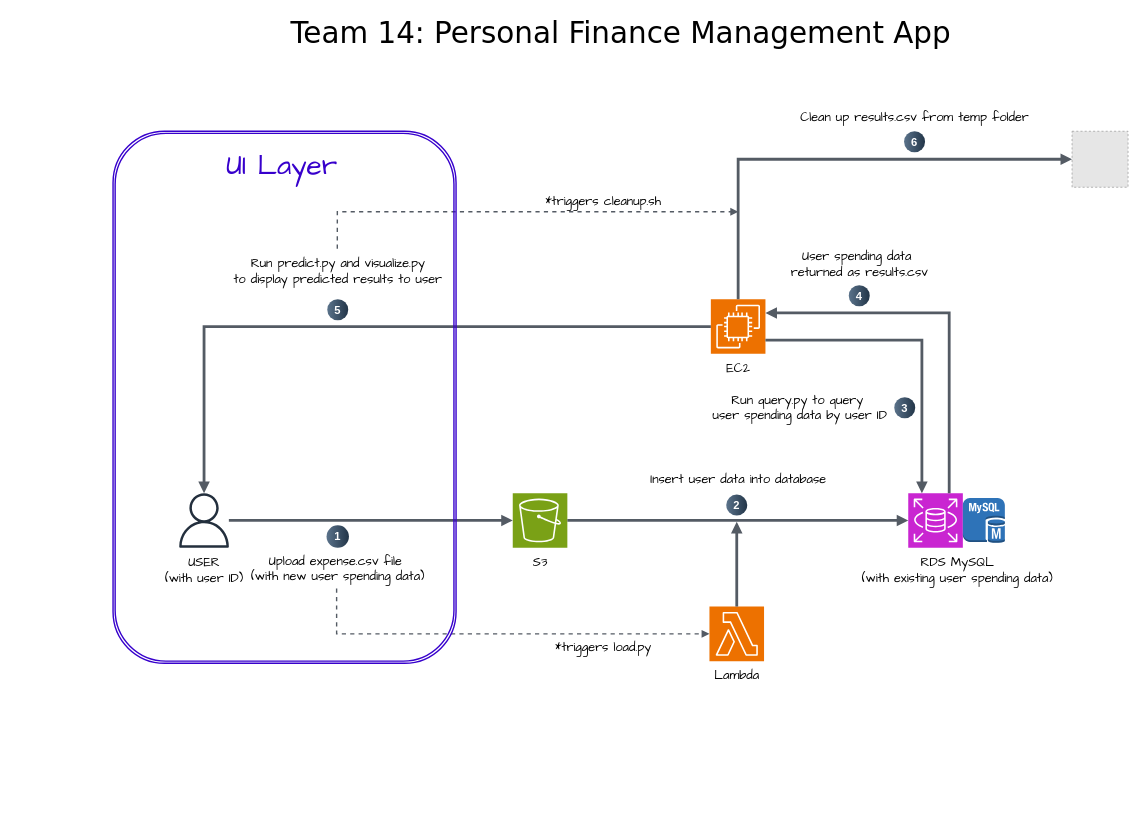
Above: doc/architecture.drawio.xml in yhouyang02/personal-finance-management (draw.io), before the change. Source tidied: cells renumbered, new cells numbered last; positions are measured from the earlier drawing's top-left corner, leaving out a move shared by most shapes. Both pictures are drawn from the tidied source at 70%, with x=0, y=0 at pixel (113, 12). Pictures stored in the file or linked from it are replaced by grey dashed boxes.
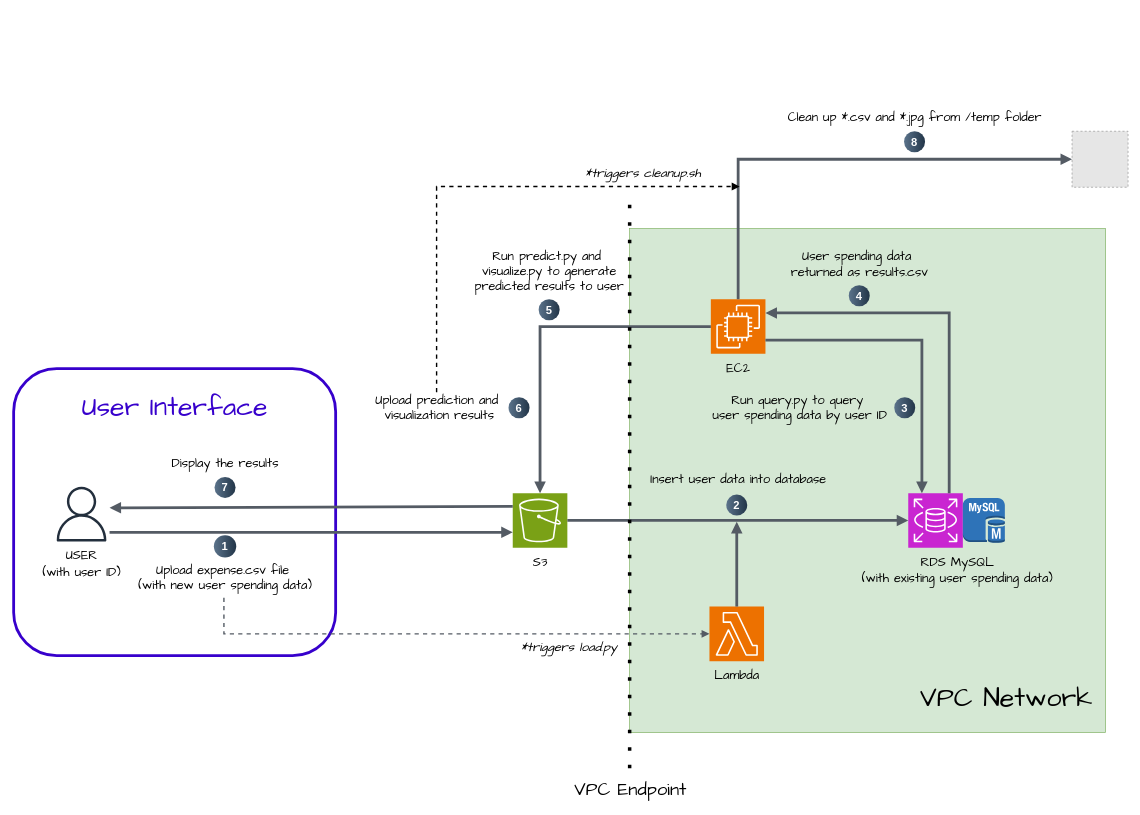
After the change.

Commit message (it also covers changes not shown here):
System architecture diagram

The change refers to these unchanged cells:
```xml
<mxCell id="2" style="sketch=0;points=[[0,0,0],[0.25,0,0],[0.5,0,0],[0.75,0,0],[1,0,0],[0,1,0],[0.25,1,0],[0.5,1,0],[0.75,1,0],[1,1,0],[0,0.25,0],[0,0.5,0],[0,0.75,0],[1,0.25,0],[1,0.5,0],[1,0.75,0]];outlineConnect=0;fontColor=#232F3E;fillColor=#7AA116;strokeColor=#ffffff;dashed=0;verticalLabelPosition=bottom;verticalAlign=top;align=center;html=1;fontSize=12;fontStyle=0;shape=mxgraph.aws4.resourceIcon;resIcon=mxgraph.aws4.s3;" parent="1" vertex="1">
  <mxGeometry x="571" y="687" width="78" height="78" as="geometry" />
</mxCell>
<mxCell id="3" style="sketch=0;points=[[0,0,0],[0.25,0,0],[0.5,0,0],[0.75,0,0],[1,0,0],[0,1,0],[0.25,1,0],[0.5,1,0],[0.75,1,0],[1,1,0],[0,0.25,0],[0,0.5,0],[0,0.75,0],[1,0.25,0],[1,0.5,0],[1,0.75,0]];outlineConnect=0;fontColor=#232F3E;fillColor=#ED7100;strokeColor=#ffffff;dashed=0;verticalLabelPosition=bottom;verticalAlign=top;align=center;html=1;fontSize=12;fontStyle=0;shape=mxgraph.aws4.resourceIcon;resIcon=mxgraph.aws4.ec2;" parent="1" vertex="1">
  <mxGeometry x="854" y="410" width="78" height="78" as="geometry" />
</mxCell>
<mxCell id="6" style="sketch=0;points=[[0,0,0],[0.25,0,0],[0.5,0,0],[0.75,0,0],[1,0,0],[0,1,0],[0.25,1,0],[0.5,1,0],[0.75,1,0],[1,1,0],[0,0.25,0],[0,0.5,0],[0,0.75,0],[1,0.25,0],[1,0.5,0],[1,0.75,0]];outlineConnect=0;fontColor=#232F3E;fillColor=#ED7100;strokeColor=#ffffff;dashed=0;verticalLabelPosition=bottom;verticalAlign=top;align=center;html=1;fontSize=12;fontStyle=0;shape=mxgraph.aws4.resourceIcon;resIcon=mxgraph.aws4.lambda;" parent="1" vertex="1">
  <mxGeometry x="852" y="849" width="78" height="78" as="geometry" />
</mxCell>
```

Diff of the diagram source:
```diff
@@
+    <mxCell id="42" style="rounded=1;whiteSpace=wrap;html=1;strokeWidth=4;fillColor=none;fontColor=#ffffff;strokeColor=#3700CC;" parent="1" vertex="1">
+      <mxGeometry x="-142" y="509" width="460" height="410" as="geometry" />
+    </mxCell>
+    <mxCell id="43" style="rounded=0;whiteSpace=wrap;html=1;strokeColor=#82b366;fillColor=#d5e8d4;" parent="1" vertex="1">
+      <mxGeometry x="738" y="309" width="680" height="720" as="geometry" />
+    </mxCell>
@@
     <mxCell id="4" style="sketch=0;outlineConnect=0;fontColor=#232F3E;gradientColor=none;fillColor=#232F3D;strokeColor=none;dashed=0;verticalLabelPosition=bottom;verticalAlign=top;align=center;html=1;fontSize=12;fontStyle=0;shape=mxgraph.aws4.user;" parent="1" vertex="1">
-      <mxGeometry x="91" y="687" width="78" height="78" as="geometry" />
+      <mxGeometry x="-84" y="678" width="78" height="78" as="geometry" />
     </mxCell>
@@
-    <mxCell id="8" style="edgeStyle=orthogonalEdgeStyle;html=1;endArrow=block;elbow=vertical;startArrow=none;endFill=1;strokeColor=#545B64;rounded=0;entryX=0;entryY=0.5;entryDx=0;entryDy=0;entryPerimeter=0;strokeWidth=4;" parent="1" edge="1" source="4" target="2">
-      <mxGeometry relative="1" as="geometry" />
-    </mxCell>
@@
     <mxCell id="10" value="&lt;font&gt;USER&lt;/font&gt;" style="text;html=1;align=center;verticalAlign=middle;strokeColor=none;fillColor=none;fontFamily=Comic Sans MS;fontSize=18;" parent="1" vertex="1">
-      <mxGeometry x="95" y="765" width="70" height="40" as="geometry" />
+      <mxGeometry x="-80" y="756" width="70" height="40" as="geometry" />
     </mxCell>
@@
-    <mxCell id="15" value="Team 14: Personal Finance Management App" style="text;html=1;align=center;verticalAlign=middle;strokeColor=none;fillColor=none;fontSize=42;fontFamily=Verdana;" parent="1" vertex="1">
-      <mxGeometry x="240" width="970" height="60" as="geometry" />
-    </mxCell>
     <mxCell id="16" value="1" style="ellipse;whiteSpace=wrap;html=1;rotation=0;gradientColor=#223548;strokeColor=none;gradientDirection=east;fillColor=#5b738b;rounded=0;fontFamily=Helvetica;fontSize=16;fontColor=#FFFFFF;spacingTop=4;spacingBottom=4;spacingLeft=4;spacingRight=4;fontStyle=1;" parent="1" vertex="1">
-      <mxGeometry x="305" y="733" width="32" height="32" as="geometry" />
+      <mxGeometry x="144" y="747" width="32" height="32" as="geometry" />
     </mxCell>
@@
     <mxCell id="22" value="5" style="ellipse;whiteSpace=wrap;html=1;rotation=0;gradientColor=#223548;strokeColor=none;gradientDirection=east;fillColor=#5b738b;rounded=0;fontFamily=Helvetica;fontSize=16;fontColor=#FFFFFF;spacingTop=4;spacingBottom=4;spacingLeft=4;spacingRight=4;fontStyle=1;" parent="1" vertex="1">
-      <mxGeometry x="306" y="410" width="30" height="30" as="geometry" />
+      <mxGeometry x="608" y="410" width="30" height="30" as="geometry" />
     </mxCell>
-    <mxCell id="23" style="edgeStyle=orthogonalEdgeStyle;html=1;endArrow=block;elbow=vertical;startArrow=none;endFill=1;strokeColor=#545B64;rounded=0;strokeWidth=4;exitX=0;exitY=0.5;exitDx=0;exitDy=0;exitPerimeter=0;" parent="1" edge="1" source="3" target="4">
+    <mxCell id="23" style="edgeStyle=orthogonalEdgeStyle;html=1;endArrow=block;elbow=vertical;startArrow=none;endFill=1;strokeColor=#545B64;rounded=0;strokeWidth=4;exitX=0;exitY=0.5;exitDx=0;exitDy=0;exitPerimeter=0;entryX=0.5;entryY=0;entryDx=0;entryDy=0;entryPerimeter=0;" parent="1" edge="1" source="3" target="2">
       <mxGeometry relative="1" as="geometry" />
     </mxCell>
     <mxCell id="24" value="&lt;font&gt;Upload expense.csv file&amp;nbsp;&lt;/font&gt;&lt;div&gt;&lt;font&gt;(with new&amp;nbsp;&lt;/font&gt;&lt;span style=&quot;background-color: initial;&quot;&gt;user spending data)&lt;/span&gt;&lt;/div&gt;" style="text;html=1;align=center;verticalAlign=middle;points=[];strokeColor=none;fillColor=none;fontFamily=Comic Sans MS;fontSize=18;" parent="1" vertex="1">
-      <mxGeometry x="186" y="765" width="270" height="60" as="geometry" />
+      <mxGeometry x="25" y="778" width="270" height="60" as="geometry" />
     </mxCell>
@@
     <mxCell id="29" value="&lt;font&gt;&lt;span&gt;(with user ID)&lt;/span&gt;&lt;/font&gt;" style="text;html=1;align=center;verticalAlign=middle;strokeColor=none;fillColor=none;fontFamily=Comic Sans MS;fontSize=18;" parent="1" vertex="1">
-      <mxGeometry x="60" y="789" width="140" height="40" as="geometry" />
+      <mxGeometry x="-115" y="780" width="140" height="40" as="geometry" />
     </mxCell>
     <mxCell id="30" style="edgeStyle=orthogonalEdgeStyle;html=1;endArrow=block;elbow=vertical;startArrow=none;endFill=1;strokeColor=#545B64;rounded=0;entryX=0;entryY=0.5;entryDx=0;entryDy=0;entryPerimeter=0;strokeWidth=2;exitX=0.494;exitY=0.973;exitDx=0;exitDy=0;exitPerimeter=0;dashed=1;" parent="1" edge="1" source="24" target="6">
       <mxGeometry relative="1" as="geometry">
         <Array as="points">
-          <mxPoint x="320" y="888" />
+          <mxPoint x="158" y="888" />
         </Array>
       </mxGeometry>
     </mxCell>
-    <mxCell id="31" value="*triggers load.py" style="text;html=1;align=center;verticalAlign=middle;strokeColor=none;fillColor=none;fontFamily=Comic Sans MS;fontSize=18;" parent="1" vertex="1">
-      <mxGeometry x="620" y="887" width="160" height="40" as="geometry" />
+    <mxCell id="31" value="*triggers load.py" style="text;html=1;align=center;verticalAlign=middle;strokeColor=none;fillColor=none;fontFamily=Comic Sans MS;fontSize=18;fontStyle=2;" parent="1" vertex="1">
+      <mxGeometry x="571" y="887" width="160" height="40" as="geometry" />
     </mxCell>
@@
-    <mxCell id="34" value="Run predict.py and visualize.py&lt;div&gt;to display predicted results to user&lt;/div&gt;" style="text;html=1;align=center;verticalAlign=middle;points=[];strokeColor=none;fillColor=none;fontFamily=Comic Sans MS;fontSize=18;" parent="1" vertex="1">
-      <mxGeometry x="161" y="340" width="320" height="60" as="geometry" />
+    <mxCell id="34" value="Run predict.py and&amp;nbsp;&lt;div&gt;visualize.py&amp;nbsp;&lt;span style=&quot;background-color: initial;&quot;&gt;to generate&lt;/span&gt;&lt;/div&gt;&lt;div&gt;&lt;span style=&quot;background-color: initial;&quot;&gt;predicted results to user&lt;/span&gt;&lt;/div&gt;" style="text;html=1;align=center;verticalAlign=middle;points=[];strokeColor=none;fillColor=none;fontFamily=Comic Sans MS;fontSize=18;" parent="1" vertex="1">
+      <mxGeometry x="508" y="330" width="230" height="80" as="geometry" />
     </mxCell>
@@
-    <mxCell id="36" value="6" style="ellipse;whiteSpace=wrap;html=1;rotation=0;gradientColor=#223548;strokeColor=none;gradientDirection=east;fillColor=#5b738b;rounded=0;fontFamily=Helvetica;fontSize=16;fontColor=#FFFFFF;spacingTop=4;spacingBottom=4;spacingLeft=4;spacingRight=4;fontStyle=1;" parent="1" vertex="1">
+    <mxCell id="36" value="8" style="ellipse;whiteSpace=wrap;html=1;rotation=0;gradientColor=#223548;strokeColor=none;gradientDirection=east;fillColor=#5b738b;rounded=0;fontFamily=Helvetica;fontSize=16;fontColor=#FFFFFF;spacingTop=4;spacingBottom=4;spacingLeft=4;spacingRight=4;fontStyle=1;" parent="1" vertex="1">
       <mxGeometry x="1130" y="170" width="30" height="30" as="geometry" />
     </mxCell>
-    <mxCell id="37" value="Clean up results.csv from temp folder" style="text;html=1;align=center;verticalAlign=middle;strokeColor=none;fillColor=none;fontFamily=Comic Sans MS;fontSize=18;" parent="1" vertex="1">
-      <mxGeometry x="975" y="130" width="340" height="40" as="geometry" />
+    <mxCell id="37" value="Clean up *.csv and *.jpg from /temp folder" style="text;html=1;align=center;verticalAlign=middle;strokeColor=none;fillColor=none;fontFamily=Comic Sans MS;fontSize=18;" parent="1" vertex="1">
+      <mxGeometry x="955" y="130" width="380" height="40" as="geometry" />
     </mxCell>
-    <mxCell id="38" style="edgeStyle=orthogonalEdgeStyle;html=1;endArrow=block;elbow=vertical;startArrow=none;endFill=1;strokeColor=#545B64;rounded=0;entryX=0;entryY=0.5;entryDx=0;entryDy=0;entryPerimeter=0;strokeWidth=2;exitX=0.498;exitY=-0.034;exitDx=0;exitDy=0;exitPerimeter=0;dashed=1;" parent="1" edge="1" source="34">
-      <mxGeometry relative="1" as="geometry">
-        <mxPoint x="893" y="285" as="targetPoint" />
-        <Array as="points">
-          <mxPoint x="321" y="285" />
-        </Array>
-      </mxGeometry>
-    </mxCell>
-    <mxCell id="39" value="*triggers cleanup.sh" style="text;html=1;align=center;verticalAlign=middle;strokeColor=none;fillColor=none;fontFamily=Comic Sans MS;fontSize=18;" parent="1" vertex="1">
-      <mxGeometry x="605" y="250" width="190" height="40" as="geometry" />
+    <mxCell id="39" value="*triggers cleanup.sh" style="text;html=1;align=center;verticalAlign=middle;strokeColor=none;fillColor=none;fontFamily=Comic Sans MS;fontSize=18;fontStyle=2;" parent="1" vertex="1">
+      <mxGeometry x="662" y="210" width="190" height="40" as="geometry" />
     </mxCell>
-    <mxCell id="40" style="shape=ext;double=1;rounded=1;whiteSpace=wrap;html=1;fillColor=none;fontColor=#ffffff;strokeColor=#3700CC;strokeWidth=2;" parent="1" vertex="1">
-      <mxGeometry y="170" width="490" height="760" as="geometry" />
-    </mxCell>
-    <mxCell id="41" value="UI Layer" style="text;html=1;align=center;verticalAlign=middle;strokeColor=none;fillColor=none;fontColor=#3700CC;fontFamily=Comic Sans MS;fontSize=40;" parent="1" vertex="1">
-      <mxGeometry x="146" y="190" width="190" height="60" as="geometry" />
-    </mxCell>
+    <mxCell id="44" style="edgeStyle=none;orthogonalLoop=1;jettySize=auto;html=1;rounded=0;entryX=0;entryY=0.5;entryDx=0;entryDy=0;entryPerimeter=0;strokeWidth=4;endArrow=block;endFill=1;strokeColor=#545B64;" parent="1" edge="1">
+      <mxGeometry relative="1" as="geometry">
+        <mxPoint x="-5" y="743" as="sourcePoint" />
+        <mxPoint x="571" y="743" as="targetPoint" />
+      </mxGeometry>
+    </mxCell>
+    <mxCell id="45" style="edgeStyle=none;orthogonalLoop=1;jettySize=auto;html=1;rounded=0;strokeWidth=4;endArrow=block;endFill=1;strokeColor=#545B64;" parent="1" edge="1">
+      <mxGeometry relative="1" as="geometry">
+        <mxPoint x="571" y="706" as="sourcePoint" />
+        <mxPoint x="-5" y="708" as="targetPoint" />
+      </mxGeometry>
+    </mxCell>
+    <mxCell id="46" value="6" style="ellipse;whiteSpace=wrap;html=1;rotation=0;gradientColor=#223548;strokeColor=none;gradientDirection=east;fillColor=#5b738b;rounded=0;fontFamily=Helvetica;fontSize=16;fontColor=#FFFFFF;spacingTop=4;spacingBottom=4;spacingLeft=4;spacingRight=4;fontStyle=1;" parent="1" vertex="1">
+      <mxGeometry x="565" y="550" width="30" height="30" as="geometry" />
+    </mxCell>
+    <mxCell id="47" value="Upload prediction and&amp;nbsp;&lt;div&gt;visualization results&lt;/div&gt;" style="text;html=1;align=center;verticalAlign=middle;points=[];strokeColor=none;fillColor=none;fontFamily=Comic Sans MS;fontSize=18;" parent="1" vertex="1">
+      <mxGeometry x="361" y="535" width="210" height="60" as="geometry" />
+    </mxCell>
+    <mxCell id="48" value="7" style="ellipse;whiteSpace=wrap;html=1;rotation=0;gradientColor=#223548;strokeColor=none;gradientDirection=east;fillColor=#5b738b;rounded=0;fontFamily=Helvetica;fontSize=16;fontColor=#FFFFFF;spacingTop=4;spacingBottom=4;spacingLeft=4;spacingRight=4;fontStyle=1;" parent="1" vertex="1">
+      <mxGeometry x="145" y="663.8" width="30" height="30" as="geometry" />
+    </mxCell>
+    <mxCell id="49" value="Display the results" style="text;html=1;align=center;verticalAlign=middle;strokeColor=none;fillColor=none;fontFamily=Comic Sans MS;fontSize=18;" parent="1" vertex="1">
+      <mxGeometry x="70" y="623.8" width="180" height="40" as="geometry" />
+    </mxCell>
+    <mxCell id="50" style="edgeStyle=orthogonalEdgeStyle;jettySize=auto;html=1;rounded=0;strokeWidth=2;endArrow=block;endFill=1;dashed=1;exitX=0.482;exitY=0.131;exitDx=0;exitDy=0;exitPerimeter=0;" parent="1" edge="1" source="47">
+      <mxGeometry relative="1" as="geometry">
+        <mxPoint x="895" y="249" as="targetPoint" />
+        <Array as="points">
+          <mxPoint x="462" y="249" />
+          <mxPoint x="895" y="249" />
+        </Array>
+      </mxGeometry>
+    </mxCell>
+    <mxCell id="51" value="User Interface" style="text;html=1;align=center;verticalAlign=middle;strokeColor=none;fillColor=none;fontFamily=Comic Sans MS;fontSize=38;fontColor=#3700CC;" parent="1" vertex="1">
+      <mxGeometry x="-62" y="535" width="300" height="60" as="geometry" />
+    </mxCell>
+    <mxCell id="52" value="&lt;font style=&quot;font-size: 38px;&quot;&gt;VPC Network&lt;/font&gt;" style="text;html=1;align=center;verticalAlign=middle;strokeColor=none;fillColor=none;fontSize=38;fontFamily=Comic Sans MS;" parent="1" vertex="1">
+      <mxGeometry x="1146" y="950" width="260" height="60" as="geometry" />
+    </mxCell>
+    <mxCell id="53" value="&lt;font face=&quot;Comic Sans MS&quot; style=&quot;font-size: 26px;&quot;&gt;VPC Endpoint&lt;/font&gt;" style="text;html=1;align=center;verticalAlign=middle;strokeColor=none;fillColor=none;" parent="1" vertex="1">
+      <mxGeometry x="649" y="1090" width="180" height="40" as="geometry" />
+    </mxCell>
+    <mxCell id="54" style="endArrow=none;dashed=1;html=1;dashPattern=1 4;strokeWidth=5;rounded=0;" parent="1" edge="1">
+      <mxGeometry relative="1" as="geometry">
+        <mxPoint x="738" y="1080" as="sourcePoint" />
+        <mxPoint x="738" y="270" as="targetPoint" />
+      </mxGeometry>
+    </mxCell>
```
